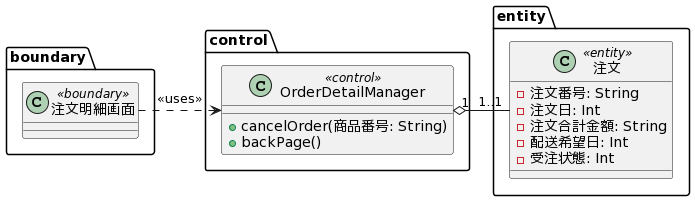
The PlantUML diagram png/12_OrderDetail.png in shunsuke-kawata/UML_image, before a commit. The source it was exported from:
```plantuml
@startuml
package boundary {
  class "注文明細画面" as LoginUI<<boundary>>  {
  }
}
package control {
  class OrderDetailManager<<control>> {
    +cancelOrder(商品番号: String)
    +backPage()
  }
}


package "entity" {
  class "注文" as Order<<entity>> {
    -注文番号: String
    -注文日: Int
    -注文合計金額: String
    -配送希望日: Int
    -受注状態: Int
  }
}

LoginUI .right.> OrderDetailManager: <<uses>>
OrderDetailManager"1" o-right-"1..1" Order
@enduml
```
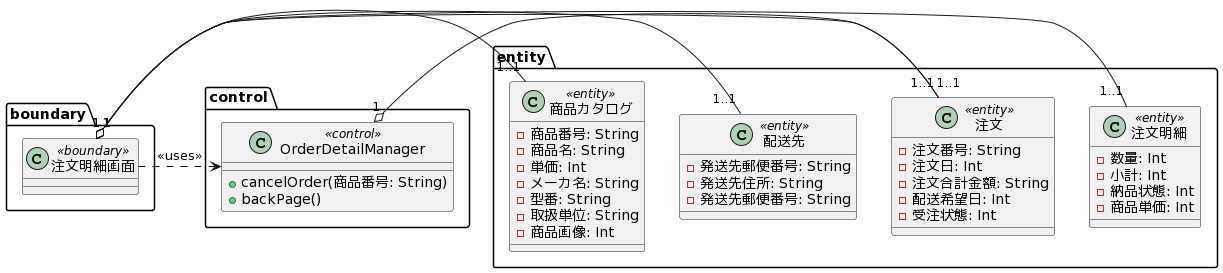
The same file after the commit.

The edit, as a diff of the source:
```diff
@@ -1,6 +1,6 @@
 @startuml
 package boundary {
-  class "注文明細画面" as LoginUI<<boundary>>  {
+  class "注文明細画面" as OrderDetailUI<<boundary>>  {
   }
 }
 package control {
@@ -21,6 +21,39 @@
   }
 }
 
-LoginUI .right.> OrderDetailManager: <<uses>>
+package "entity" {
+  class "注文明細" as OrderDetail<<entity>> {
+    -数量: Int
+    -小計: Int
+    -納品状態: Int
+    -商品単価: Int
+  }
+}
+
+package "entity" {
+  class "商品カタログ" as MarchandiseCatalog<<entity>> {
+    -商品番号: String
+    -商品名: String
+    -単価: Int
+    -メーカ名: String
+    -型番: String
+    -取扱単位: String
+    -商品画像: Int
+  }
+}
+
+package "entity" {
+  class "配送先" as DeliberyDestination<<entity>> {
+    -発送先郵便番号: String
+    -発送先住所: String
+    -発送先郵便番号: String
+  }
+}
+
+OrderDetailUI .right.> OrderDetailManager: <<uses>>
+OrderDetailUI"1" o-right-"1..1" OrderDetail
+OrderDetailUI"1" o-right-"1..1" Order
+OrderDetailUI"1" o-right-"1..1" DeliberyDestination
+OrderDetailUI"1" o-right-"1..1" MarchandiseCatalog
 OrderDetailManager"1" o-right-"1..1" Order
 @enduml
```
